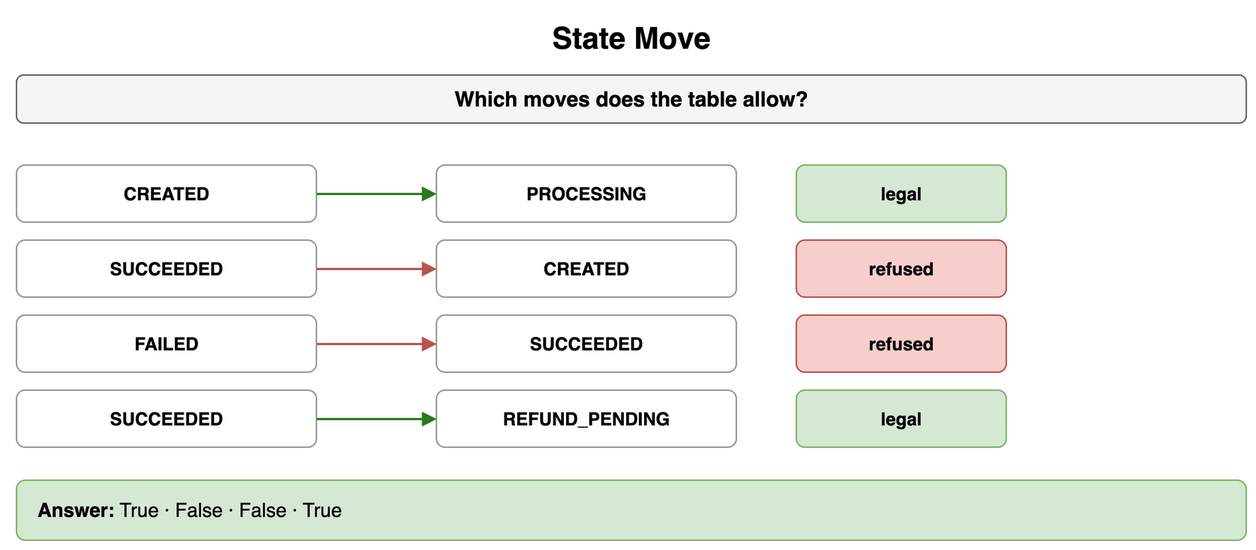
Above: content/09_System_Design_Interview/23_Payment_and_Financial_Systems/diagrams/payments-drills-6-state-move.png in amendez13/swe-study-guide (draw.io), before the change. Source tidied: cells renumbered, new cells last; positions are measured from the earlier drawing's top-left corner, leaving out a move shared by most shapes. Source of this version:
```xml
<mxGraphModel>
  <root>
    <mxCell id="0" />
    <mxCell id="1" parent="0" />
    <mxCell id="2" value="State Move" style="text;html=1;align=center;verticalAlign=middle;whiteSpace=wrap;fontSize=20;fontStyle=1;" parent="1" vertex="1">
      <mxGeometry width="820" height="30" as="geometry" />
    </mxCell>
    <mxCell id="3" value="Which moves does the table allow?" style="rounded=1;whiteSpace=wrap;html=1;fillColor=#f5f5f5;strokeColor=#666666;fontStyle=1;fontSize=14;" parent="1" vertex="1">
      <mxGeometry y="40" width="820" height="32" as="geometry" />
    </mxCell>
    <mxCell id="4" value="CREATED" style="rounded=1;whiteSpace=wrap;html=1;fillColor=#ffffff;strokeColor=#999999;fontSize=12;align=center;fontStyle=1;" parent="1" vertex="1">
      <mxGeometry y="100" width="200" height="38" as="geometry" />
    </mxCell>
    <mxCell id="5" value="PROCESSING" style="rounded=1;whiteSpace=wrap;html=1;fillColor=#ffffff;strokeColor=#999999;fontSize=12;align=center;fontStyle=1;" parent="1" vertex="1">
      <mxGeometry x="280" y="100" width="200" height="38" as="geometry" />
    </mxCell>
    <mxCell id="6" style="endArrow=block;endSize=6;html=1;strokeWidth=1.5;strokeColor=#2d7a1f;fontSize=11;labelBackgroundColor=#ffffff;fontColor=#2d7a1f;fontStyle=1;" parent="1" edge="1" source="4" target="5">
      <mxGeometry relative="1" as="geometry" />
    </mxCell>
    <mxCell id="7" value="legal" style="rounded=1;whiteSpace=wrap;html=1;fillColor=#d5e8d4;strokeColor=#82b366;fontSize=12;align=center;fontStyle=1;" parent="1" vertex="1">
      <mxGeometry x="520" y="100" width="140" height="38" as="geometry" />
    </mxCell>
    <mxCell id="8" value="SUCCEEDED" style="rounded=1;whiteSpace=wrap;html=1;fillColor=#ffffff;strokeColor=#999999;fontSize=12;align=center;fontStyle=1;" parent="1" vertex="1">
      <mxGeometry y="150" width="200" height="38" as="geometry" />
    </mxCell>
    <mxCell id="9" value="CREATED" style="rounded=1;whiteSpace=wrap;html=1;fillColor=#ffffff;strokeColor=#999999;fontSize=12;align=center;fontStyle=1;" parent="1" vertex="1">
      <mxGeometry x="280" y="150" width="200" height="38" as="geometry" />
    </mxCell>
    <mxCell id="10" style="endArrow=block;endSize=6;html=1;strokeWidth=1.5;strokeColor=#b85450;fontSize=11;labelBackgroundColor=#ffffff;fontColor=#b85450;fontStyle=1;" parent="1" edge="1" source="8" target="9">
      <mxGeometry relative="1" as="geometry" />
    </mxCell>
    <mxCell id="11" value="refused" style="rounded=1;whiteSpace=wrap;html=1;fillColor=#f8cecc;strokeColor=#b85450;fontSize=12;align=center;fontStyle=1;" parent="1" vertex="1">
      <mxGeometry x="520" y="150" width="140" height="38" as="geometry" />
    </mxCell>
    <mxCell id="12" value="FAILED" style="rounded=1;whiteSpace=wrap;html=1;fillColor=#ffffff;strokeColor=#999999;fontSize=12;align=center;fontStyle=1;" parent="1" vertex="1">
      <mxGeometry y="200" width="200" height="38" as="geometry" />
    </mxCell>
    <mxCell id="13" value="SUCCEEDED" style="rounded=1;whiteSpace=wrap;html=1;fillColor=#ffffff;strokeColor=#999999;fontSize=12;align=center;fontStyle=1;" parent="1" vertex="1">
      <mxGeometry x="280" y="200" width="200" height="38" as="geometry" />
    </mxCell>
    <mxCell id="14" style="endArrow=block;endSize=6;html=1;strokeWidth=1.5;strokeColor=#b85450;fontSize=11;labelBackgroundColor=#ffffff;fontColor=#b85450;fontStyle=1;" parent="1" edge="1" source="12" target="13">
      <mxGeometry relative="1" as="geometry" />
    </mxCell>
    <mxCell id="15" value="refused" style="rounded=1;whiteSpace=wrap;html=1;fillColor=#f8cecc;strokeColor=#b85450;fontSize=12;align=center;fontStyle=1;" parent="1" vertex="1">
      <mxGeometry x="520" y="200" width="140" height="38" as="geometry" />
    </mxCell>
    <mxCell id="16" value="SUCCEEDED" style="rounded=1;whiteSpace=wrap;html=1;fillColor=#ffffff;strokeColor=#999999;fontSize=12;align=center;fontStyle=1;" parent="1" vertex="1">
      <mxGeometry y="250" width="200" height="38" as="geometry" />
    </mxCell>
    <mxCell id="17" value="REFUND_PENDING" style="rounded=1;whiteSpace=wrap;html=1;fillColor=#ffffff;strokeColor=#999999;fontSize=12;align=center;fontStyle=1;" parent="1" vertex="1">
      <mxGeometry x="280" y="250" width="200" height="38" as="geometry" />
    </mxCell>
    <mxCell id="18" style="endArrow=block;endSize=6;html=1;strokeWidth=1.5;strokeColor=#2d7a1f;fontSize=11;labelBackgroundColor=#ffffff;fontColor=#2d7a1f;fontStyle=1;" parent="1" edge="1" source="16" target="17">
      <mxGeometry relative="1" as="geometry" />
    </mxCell>
    <mxCell id="19" value="legal" style="rounded=1;whiteSpace=wrap;html=1;fillColor=#d5e8d4;strokeColor=#82b366;fontSize=12;align=center;fontStyle=1;" parent="1" vertex="1">
      <mxGeometry x="520" y="250" width="140" height="38" as="geometry" />
    </mxCell>
    <mxCell id="20" value="&lt;b&gt;Answer:&lt;/b&gt; True · False · False · True" style="rounded=1;whiteSpace=wrap;html=1;fillColor=#d5e8d4;strokeColor=#82b366;fontSize=13;align=left;spacingLeft=12;" parent="1" vertex="1">
      <mxGeometry y="310" width="820" height="40" as="geometry" />
    </mxCell>
  </root>
</mxGraphModel>
```
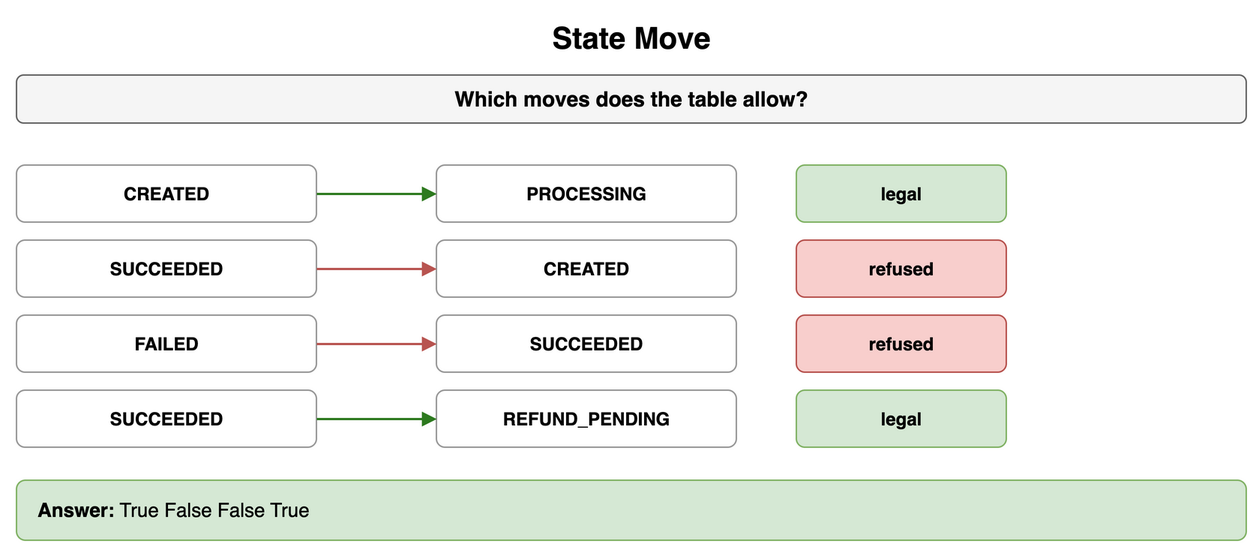
After the commit.

Diff of the diagram source:
```diff
@@ -56,7 +56,7 @@
     <mxCell id="19" value="legal" style="rounded=1;whiteSpace=wrap;html=1;fillColor=#d5e8d4;strokeColor=#82b366;fontSize=12;align=center;fontStyle=1;" parent="1" vertex="1">
       <mxGeometry x="520" y="250" width="140" height="38" as="geometry" />
     </mxCell>
-    <mxCell id="20" value="&lt;b&gt;Answer:&lt;/b&gt; True · False · False · True" style="rounded=1;whiteSpace=wrap;html=1;fillColor=#d5e8d4;strokeColor=#82b366;fontSize=13;align=left;spacingLeft=12;" parent="1" vertex="1">
+    <mxCell id="20" value="&lt;b&gt;Answer:&lt;/b&gt; True False False True" style="rounded=1;whiteSpace=wrap;html=1;fillColor=#d5e8d4;strokeColor=#82b366;fontSize=13;align=left;spacingLeft=12;" parent="1" vertex="1">
       <mxGeometry y="310" width="820" height="40" as="geometry" />
     </mxCell>
   </root>
```
